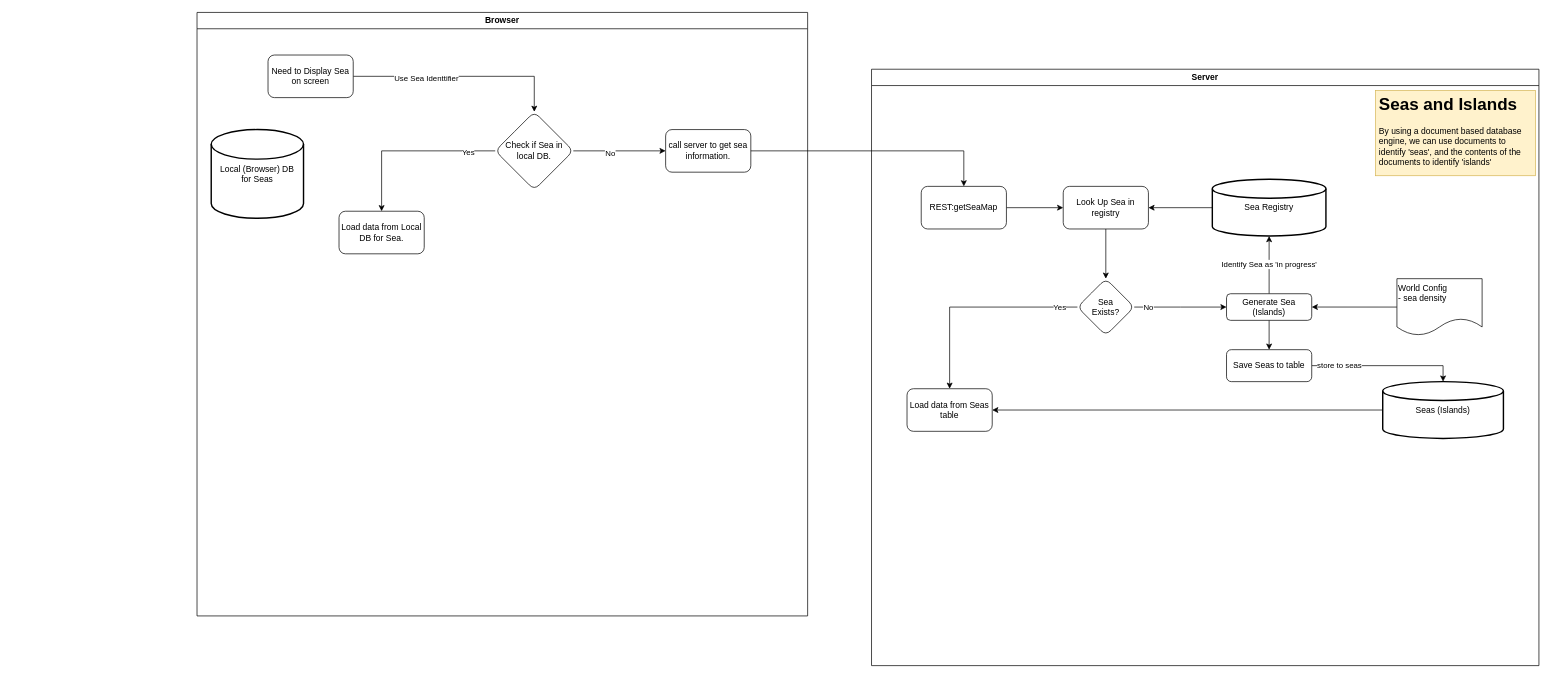
maddog1138/diagrams keeps this draw.io diagram as page "Display A Sea" (3 of 3) of ARC_01_functional_flow.drawio. Above is the earlier version. Source tidied: cells renumbered, new cells numbered last; positions are measured from the earlier drawing's top-left corner, leaving out a move shared by most shapes. Both pictures are drawn from the tidied source at 71%, with x=0, y=0 at pixel (197, 12).
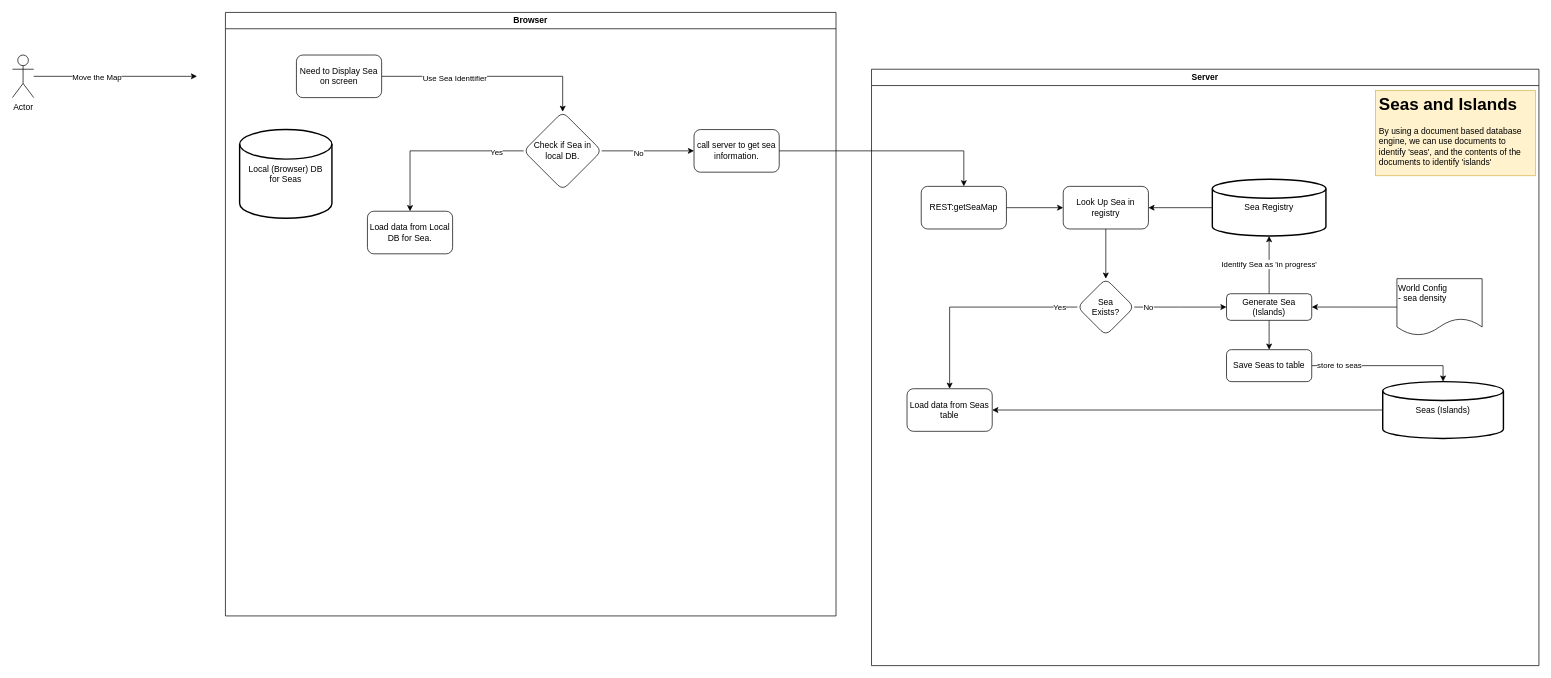
The same diagram, later.

The edit, as a diff of the source:
```diff
@@
     <mxCell id="23" value="Browser" style="swimlane;whiteSpace=wrap;html=1;" parent="1" vertex="1">
-      <mxGeometry width="860" height="850" as="geometry" />
+      <mxGeometry x="40" width="860" height="850" as="geometry" />
     </mxCell>
@@
+    <mxCell id="36" style="edgeStyle=orthogonalEdgeStyle;rounded=0;jettySize=auto;html=1;" parent="1" edge="1" source="38">
+      <mxGeometry relative="1" as="geometry">
+        <mxPoint y="90" as="targetPoint" />
+      </mxGeometry>
+    </mxCell>
+    <mxCell id="37" value="Move the Map" style="edgeLabel;html=1;align=center;verticalAlign=middle;" parent="36" vertex="1">
+      <mxGeometry x="-0.24" y="-1" relative="1" as="geometry" />
+    </mxCell>
+    <mxCell id="38" value="Actor" style="shape=umlActor;verticalLabelPosition=bottom;verticalAlign=top;html=1;outlineConnect=0;" parent="1" vertex="1">
+      <mxGeometry x="-260" y="60" width="30" height="60" as="geometry" />
+    </mxCell>
```
